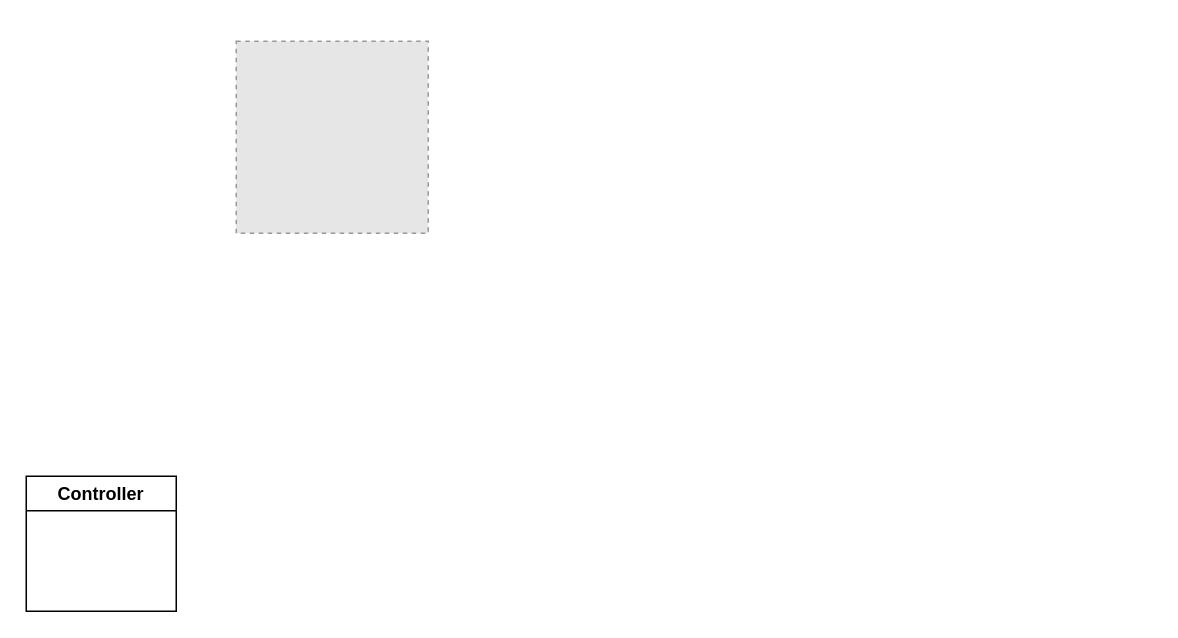
Earlier version of the draw.io diagram IoTDI/Untitled Diagram.drawio (casafurix/draw.io). Source tidied: cells renumbered, new cells numbered last; positions are measured from the earlier drawing's top-left corner, leaving out a move shared by most shapes. Both pictures are drawn from the tidied source at 150%, with x=0, y=0 at pixel (26, 40). Pictures stored in the file or linked from it are replaced by grey dashed boxes.
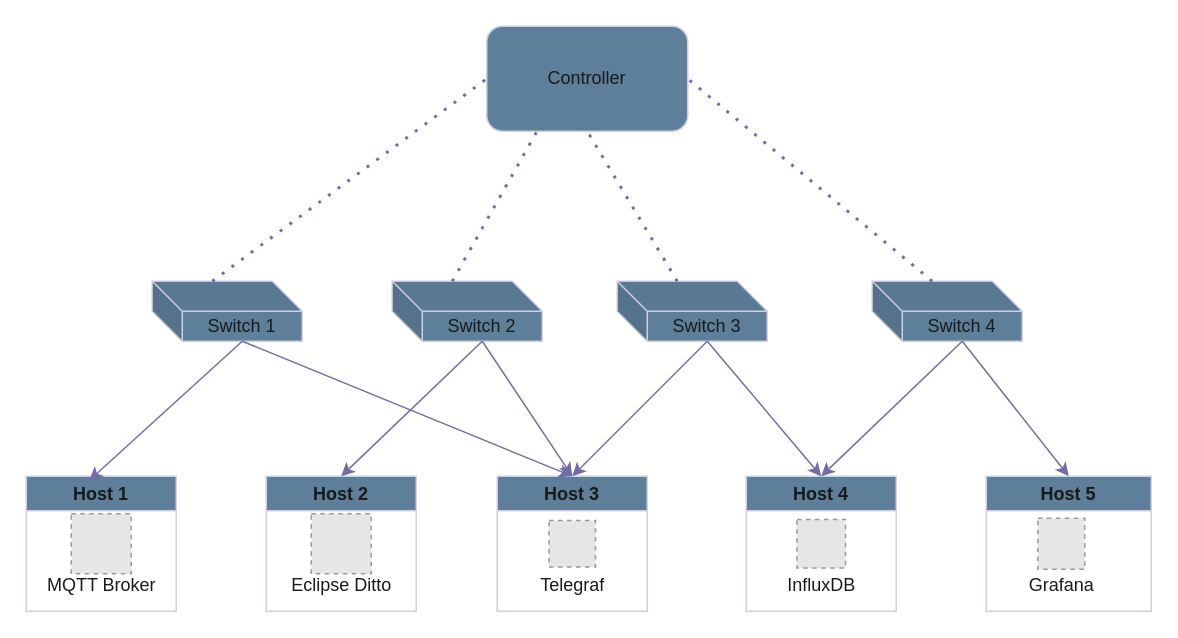
The same diagram, later.

Diff of the diagram source:
```diff
@@
-    <mxCell id="2" value="Controller" style="swimlane;" parent="1" vertex="1">
+    <mxCell id="2" value="Host 1" style="swimlane;startSize=23;labelBackgroundColor=none;fillColor=#5D7F99;strokeColor=#D0CEE2;fontColor=#1A1A1A;" parent="1" vertex="1">
       <mxGeometry y="290" width="100" height="90" as="geometry" />
     </mxCell>
-    <mxCell id="3" style="fillColor=#E6E6E6;strokeColor=#999999;dashed=1;html=1;verticalAlign=top;verticalLabelPosition=bottom;labelBackgroundColor=#ffffff;" parent="1" vertex="1">
-      <mxGeometry x="140" width="128" height="128" as="geometry" />
-    </mxCell>
+    <mxCell id="4" style="fillColor=#E6E6E6;strokeColor=#999999;dashed=1;verticalLabelPosition=bottom;labelBackgroundColor=none;verticalAlign=top;fontColor=#1A1A1A;" parent="2" vertex="1">
+      <mxGeometry x="30" y="25" width="40" height="40" as="geometry" />
+    </mxCell>
+    <mxCell id="5" value="MQTT Broker" style="text;html=1;align=center;verticalAlign=middle;strokeColor=none;fillColor=none;labelBackgroundColor=none;fontColor=#1A1A1A;" parent="2" vertex="1">
+      <mxGeometry y="58" width="100" height="30" as="geometry" />
+    </mxCell>
+    <mxCell id="6" value="Controller" style="rounded=1;whiteSpace=wrap;html=1;labelBackgroundColor=none;fillColor=#5D7F99;strokeColor=#D0CEE2;fontColor=#1A1A1A;" parent="1" vertex="1">
+      <mxGeometry x="307" y="-10" width="134" height="70" as="geometry" />
+    </mxCell>
+    <mxCell id="7" value="Host 2" style="swimlane;startSize=23;labelBackgroundColor=none;fillColor=#5D7F99;strokeColor=#D0CEE2;fontColor=#1A1A1A;" parent="1" vertex="1">
+      <mxGeometry x="160" y="290" width="100" height="90" as="geometry" />
+    </mxCell>
+    <mxCell id="8" value="Eclipse Ditto" style="text;html=1;align=center;verticalAlign=middle;strokeColor=none;fillColor=none;labelBackgroundColor=none;fontColor=#1A1A1A;" parent="7" vertex="1">
+      <mxGeometry x="5" y="58" width="90" height="30" as="geometry" />
+    </mxCell>
+    <mxCell id="9" style="fillColor=#E6E6E6;strokeColor=#999999;dashed=1;verticalLabelPosition=bottom;labelBackgroundColor=none;verticalAlign=top;fontColor=#1A1A1A;" parent="7" vertex="1">
+      <mxGeometry x="30" y="25" width="40" height="40" as="geometry" />
+    </mxCell>
+    <mxCell id="10" value="Host 3" style="swimlane;startSize=23;labelBackgroundColor=none;fillColor=#5D7F99;strokeColor=#D0CEE2;fontColor=#1A1A1A;" parent="1" vertex="1">
+      <mxGeometry x="314" y="290" width="100" height="90" as="geometry" />
+    </mxCell>
+    <mxCell id="11" value="Telegraf" style="text;html=1;align=center;verticalAlign=middle;strokeColor=none;fillColor=none;labelBackgroundColor=none;fontColor=#1A1A1A;" parent="10" vertex="1">
+      <mxGeometry x="15" y="58" width="70" height="30" as="geometry" />
+    </mxCell>
+    <mxCell id="12" style="fillColor=#E6E6E6;strokeColor=#999999;dashed=1;verticalLabelPosition=bottom;labelBackgroundColor=none;verticalAlign=top;fontColor=#1A1A1A;" parent="10" vertex="1">
+      <mxGeometry x="34.5" y="29.5" width="31" height="31" as="geometry" />
+    </mxCell>
+    <mxCell id="13" value="Host 4" style="swimlane;startSize=23;labelBackgroundColor=none;fillColor=#5D7F99;strokeColor=#D0CEE2;fontColor=#1A1A1A;" parent="1" vertex="1">
+      <mxGeometry x="480" y="290" width="100" height="90" as="geometry" />
+    </mxCell>
+    <mxCell id="14" value="InfluxDB" style="text;html=1;align=center;verticalAlign=middle;strokeColor=none;fillColor=none;labelBackgroundColor=none;fontColor=#1A1A1A;" parent="13" vertex="1">
+      <mxGeometry x="15" y="58" width="70" height="30" as="geometry" />
+    </mxCell>
+    <mxCell id="15" style="fillColor=#E6E6E6;strokeColor=#999999;dashed=1;verticalLabelPosition=bottom;labelBackgroundColor=none;verticalAlign=top;fontColor=#1A1A1A;" parent="13" vertex="1">
+      <mxGeometry x="33.8" y="28.8" width="32.4" height="32.4" as="geometry" />
+    </mxCell>
+    <mxCell id="16" value="Host 5" style="swimlane;startSize=23;labelBackgroundColor=none;fillColor=#5D7F99;strokeColor=#D0CEE2;fontColor=#1A1A1A;" parent="1" vertex="1">
+      <mxGeometry x="640" y="290" width="110" height="90" as="geometry" />
+    </mxCell>
+    <mxCell id="17" value="Grafana" style="text;html=1;align=center;verticalAlign=middle;strokeColor=none;fillColor=none;labelBackgroundColor=none;fontColor=#1A1A1A;" parent="16" vertex="1">
+      <mxGeometry x="15" y="58" width="70" height="30" as="geometry" />
+    </mxCell>
+    <mxCell id="18" style="fillColor=#E6E6E6;strokeColor=#999999;dashed=1;verticalLabelPosition=bottom;labelBackgroundColor=none;verticalAlign=top;fontColor=#1A1A1A;" parent="16" vertex="1">
+      <mxGeometry x="34.4" y="28" width="31.3" height="34" as="geometry" />
+    </mxCell>
+    <mxCell id="19" value="Switch 1" style="shape=cube;whiteSpace=wrap;html=1;boundedLbl=1;backgroundOutline=1;darkOpacity=0.05;darkOpacity2=0.1;labelBackgroundColor=none;fillColor=#5D7F99;strokeColor=#D0CEE2;fontColor=#1A1A1A;" parent="1" vertex="1">
+      <mxGeometry x="84" y="160" width="100" height="40" as="geometry" />
+    </mxCell>
+    <mxCell id="20" value="Switch 2" style="shape=cube;whiteSpace=wrap;html=1;boundedLbl=1;backgroundOutline=1;darkOpacity=0.05;darkOpacity2=0.1;labelBackgroundColor=none;fillColor=#5D7F99;strokeColor=#D0CEE2;fontColor=#1A1A1A;" parent="1" vertex="1">
+      <mxGeometry x="244" y="160" width="100" height="40" as="geometry" />
+    </mxCell>
+    <mxCell id="21" value="Switch 3" style="shape=cube;whiteSpace=wrap;html=1;boundedLbl=1;backgroundOutline=1;darkOpacity=0.05;darkOpacity2=0.1;labelBackgroundColor=none;fillColor=#5D7F99;strokeColor=#D0CEE2;fontColor=#1A1A1A;" parent="1" vertex="1">
+      <mxGeometry x="394" y="160" width="100" height="40" as="geometry" />
+    </mxCell>
+    <mxCell id="22" value="Switch 4" style="shape=cube;whiteSpace=wrap;html=1;boundedLbl=1;backgroundOutline=1;darkOpacity=0.05;darkOpacity2=0.1;labelBackgroundColor=none;fillColor=#5D7F99;strokeColor=#D0CEE2;fontColor=#1A1A1A;" parent="1" vertex="1">
+      <mxGeometry x="564" y="160" width="100" height="40" as="geometry" />
+    </mxCell>
+    <mxCell id="23" style="endArrow=none;dashed=1;html=1;dashPattern=1 3;strokeWidth=2;rounded=0;entryX=0;entryY=0.5;entryDx=0;entryDy=0;exitX=0;exitY=0;exitDx=40;exitDy=0;exitPerimeter=0;labelBackgroundColor=none;strokeColor=#736CA8;fontColor=default;" parent="1" edge="1" source="19" target="6">
+      <mxGeometry relative="1" as="geometry" />
+    </mxCell>
+    <mxCell id="24" style="endArrow=none;dashed=1;html=1;dashPattern=1 3;strokeWidth=2;rounded=0;entryX=0.25;entryY=1;entryDx=0;entryDy=0;exitX=0;exitY=0;exitDx=40;exitDy=0;exitPerimeter=0;labelBackgroundColor=none;strokeColor=#736CA8;fontColor=default;" parent="1" edge="1" source="20" target="6">
+      <mxGeometry relative="1" as="geometry" />
+    </mxCell>
+    <mxCell id="25" style="endArrow=none;dashed=1;html=1;dashPattern=1 3;strokeWidth=2;rounded=0;entryX=0.5;entryY=1;entryDx=0;entryDy=0;exitX=0;exitY=0;exitDx=40;exitDy=0;exitPerimeter=0;labelBackgroundColor=none;strokeColor=#736CA8;fontColor=default;" parent="1" edge="1" source="21" target="6">
+      <mxGeometry relative="1" as="geometry" />
+    </mxCell>
+    <mxCell id="26" style="endArrow=none;dashed=1;html=1;dashPattern=1 3;strokeWidth=2;rounded=0;entryX=1;entryY=0.5;entryDx=0;entryDy=0;exitX=0;exitY=0;exitDx=40;exitDy=0;exitPerimeter=0;labelBackgroundColor=none;strokeColor=#736CA8;fontColor=default;" parent="1" edge="1" source="22" target="6">
+      <mxGeometry relative="1" as="geometry" />
+    </mxCell>
+    <mxCell id="27" style="endArrow=classic;html=1;rounded=0;entryX=0.42;entryY=0.031;entryDx=0;entryDy=0;entryPerimeter=0;exitX=0;exitY=0;exitDx=60;exitDy=40;exitPerimeter=0;labelBackgroundColor=none;strokeColor=#736CA8;fontColor=default;" parent="1" edge="1" source="19" target="2">
+      <mxGeometry relative="1" as="geometry" />
+    </mxCell>
+    <mxCell id="28" style="endArrow=classic;html=1;rounded=0;exitX=0;exitY=0;exitDx=60;exitDy=40;exitPerimeter=0;entryX=0.5;entryY=0;entryDx=0;entryDy=0;labelBackgroundColor=none;strokeColor=#736CA8;fontColor=default;" parent="1" edge="1" source="19" target="10">
+      <mxGeometry relative="1" as="geometry" />
+    </mxCell>
+    <mxCell id="29" style="endArrow=classic;html=1;rounded=0;exitX=0;exitY=0;exitDx=60;exitDy=40;exitPerimeter=0;entryX=0.5;entryY=0;entryDx=0;entryDy=0;labelBackgroundColor=none;strokeColor=#736CA8;fontColor=default;" parent="1" edge="1" source="20" target="7">
+      <mxGeometry relative="1" as="geometry" />
+    </mxCell>
+    <mxCell id="30" style="endArrow=classic;html=1;rounded=0;exitX=0;exitY=0;exitDx=60;exitDy=40;exitPerimeter=0;entryX=0.5;entryY=0;entryDx=0;entryDy=0;labelBackgroundColor=none;strokeColor=#736CA8;fontColor=default;" parent="1" edge="1" source="21" target="10">
+      <mxGeometry relative="1" as="geometry" />
+    </mxCell>
+    <mxCell id="31" style="endArrow=classic;html=1;rounded=0;exitX=0;exitY=0;exitDx=60;exitDy=40;exitPerimeter=0;entryX=0.5;entryY=0;entryDx=0;entryDy=0;labelBackgroundColor=none;strokeColor=#736CA8;fontColor=default;" parent="1" edge="1" source="21" target="13">
+      <mxGeometry relative="1" as="geometry" />
+    </mxCell>
+    <mxCell id="32" style="endArrow=classic;html=1;rounded=0;exitX=0;exitY=0;exitDx=60;exitDy=40;exitPerimeter=0;entryX=0.5;entryY=0;entryDx=0;entryDy=0;labelBackgroundColor=none;strokeColor=#736CA8;fontColor=default;" parent="1" edge="1" source="22" target="13">
+      <mxGeometry relative="1" as="geometry" />
+    </mxCell>
+    <mxCell id="33" style="endArrow=classic;html=1;rounded=0;entryX=0.5;entryY=0;entryDx=0;entryDy=0;exitX=0;exitY=0;exitDx=60;exitDy=40;exitPerimeter=0;labelBackgroundColor=none;strokeColor=#736CA8;fontColor=default;" parent="1" edge="1" source="22" target="16">
+      <mxGeometry relative="1" as="geometry" />
+    </mxCell>
+    <mxCell id="34" style="endArrow=classic;html=1;rounded=0;entryX=0.5;entryY=0;entryDx=0;entryDy=0;exitX=0;exitY=0;exitDx=60;exitDy=40;exitPerimeter=0;labelBackgroundColor=none;strokeColor=#736CA8;fontColor=default;" parent="1" edge="1" source="20" target="10">
+      <mxGeometry relative="1" as="geometry" />
+    </mxCell>
```
